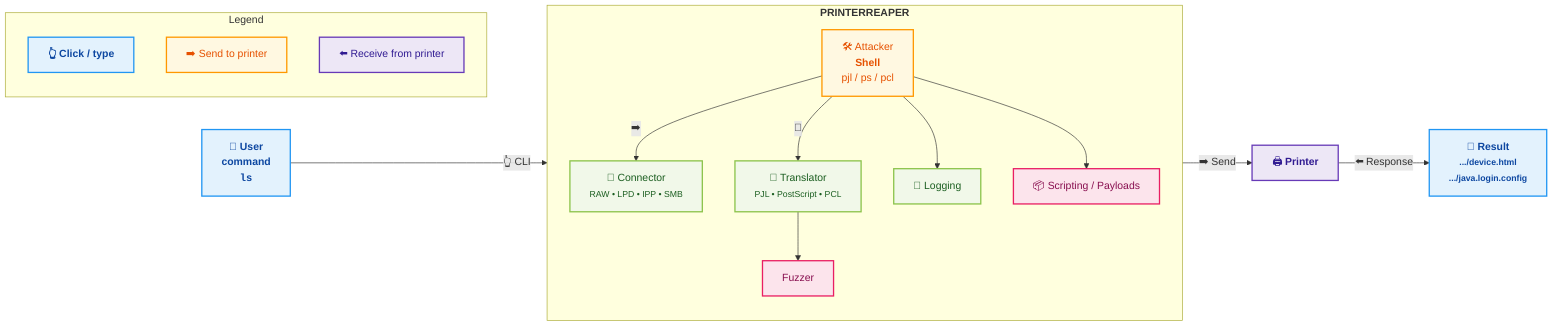
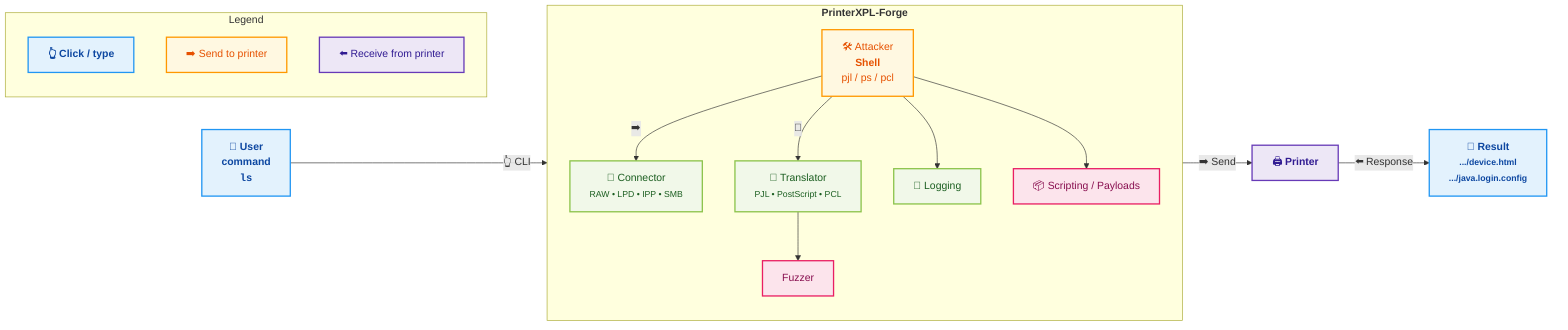
- %% PrinterReaper v2.4.2 - For-Dummies Overview (style PRET)
+ %% PrinterXPL-Forge v2.4.2 - For-Dummies Overview (style PRET)
%% Generates: diagrams/png/overview_for_dummies.png
flowchart LR
  classDef user fill:#e3f2fd,stroke:#2196f3,color:#0d47a1,stroke-width:2,font-weight:bold
  classDef app fill:#fff8e1,stroke:#ff9800,color:#e65100,stroke-width:2
  classDef block fill:#f1f8e9,stroke:#8bc34a,color:#1b5e20,stroke-width:2
  classDef io fill:#fce4ec,stroke:#e91e63,color:#880e4f,stroke-width:2
  classDef printer fill:#ede7f6,stroke:#673ab7,color:#311b92,stroke-width:2

  %% Legend
  subgraph LEG[Legend]
    L1["👆 Click / type"]:::user
    L2["➡️ Send to printer"]:::app
    L3["⬅️ Receive from printer"]:::printer
  end

  U["👤 User<br/><b>command</b><br/><code>ls</code>"]:::user -->|👆 CLI| ATT["🛠️ Attacker<br/><b>Shell</b><br/>pjl / ps / pcl"]:::app

-   subgraph PR["<b>PRINTERREAPER</b>"]
+   subgraph PR["<b>PrinterXPL-Forge</b>"]
    direction TB
    ATT -->|➡️| CONN["🔌 Connector<br/><small>RAW • LPD • IPP • SMB</small>"]:::block
    ATT -->|🔄| TR["🔡 Translator<br/><small>PJL • PostScript • PCL</small>"]:::block
    TR --> FZ["Fuzzer"]:::io
    ATT --> LG["📝 Logging"]:::block
    ATT --> SC["📦 Scripting / Payloads"]:::io
  end

  CONN -->|➡️ Send| PRT["🖨️ <b>Printer</b>"]:::printer
  PRT -->|⬅️ Response| RES["📄 Result<br/><small>.../device.html<br/>.../java.login.config</small>"]:::user

